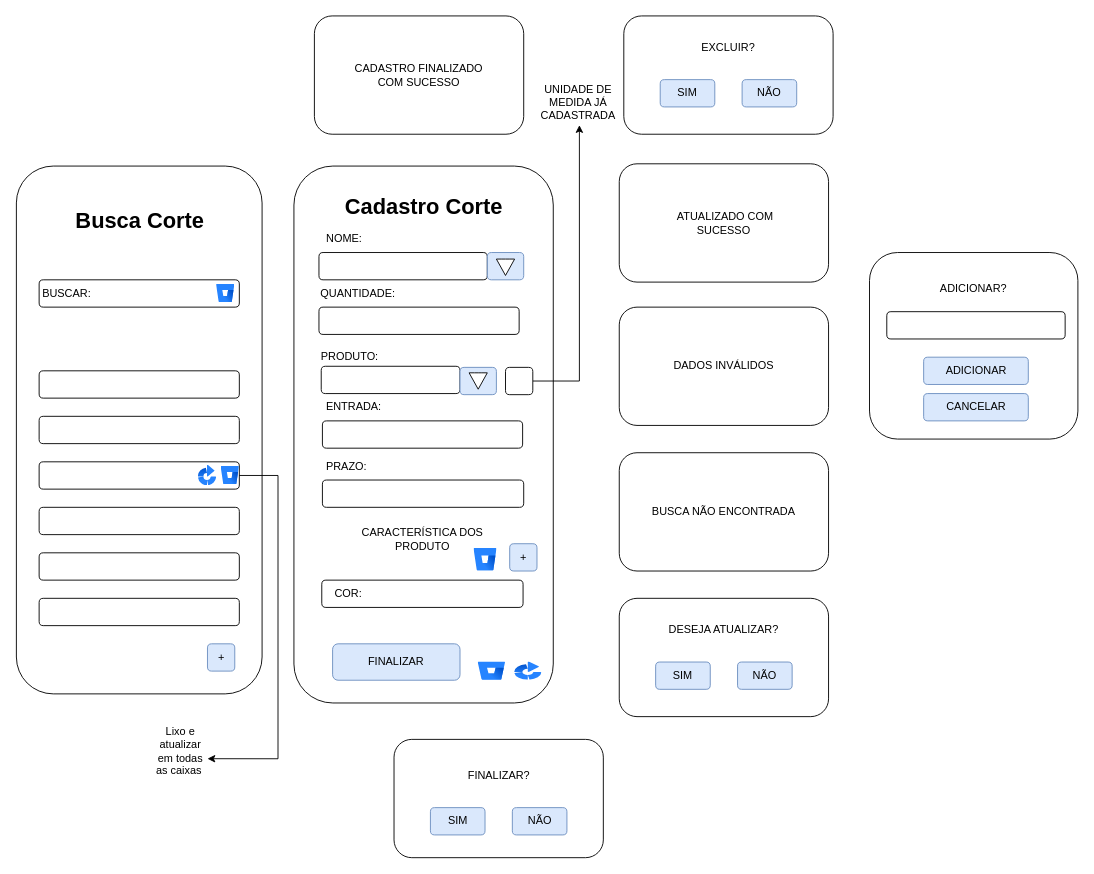
Above: page "Página-8" (8 of 10) of DOC/tela.drawio in juliareis14/avatar.app (draw.io), before the change. Source tidied: cells renumbered, new cells numbered last; positions are measured from the earlier drawing's top-left corner, leaving out a move shared by most shapes. Both pictures are drawn from the tidied source at 91%, with x=0, y=0 at pixel (15, 15).
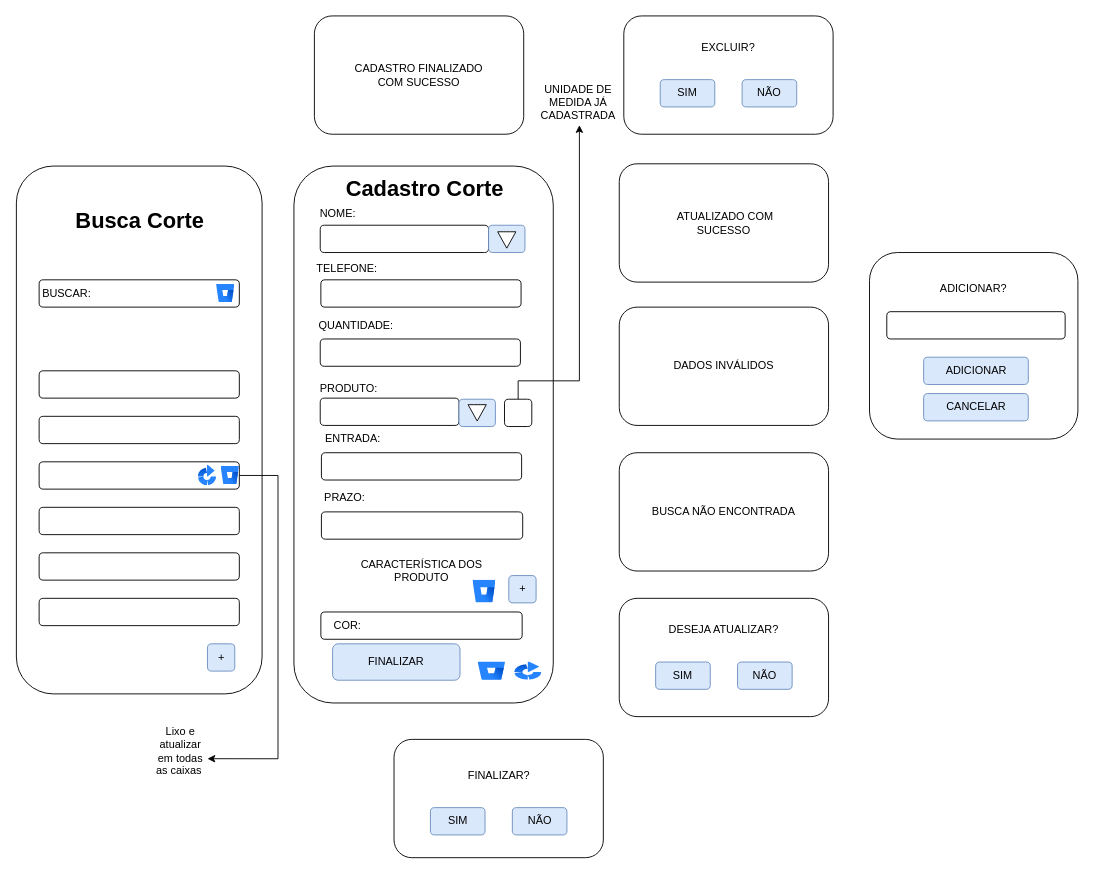
The same diagram, later.

What changed in the source:
```diff
@@
     <mxCell id="3" value="Cadastro Corte" style="text;strokeColor=none;fillColor=none;html=1;fontSize=24;fontStyle=1;verticalAlign=middle;align=center;" parent="1" vertex="1">
-      <mxGeometry x="398" y="190" width="100" height="40" as="geometry" />
+      <mxGeometry x="399.4" y="170" width="100" height="40" as="geometry" />
     </mxCell>
     <mxCell id="4" style="rounded=1;whiteSpace=wrap;html=1;" parent="1" vertex="1">
-      <mxGeometry x="333" y="260" width="185" height="30" as="geometry" />
+      <mxGeometry x="334.4" y="230" width="185" height="30" as="geometry" />
     </mxCell>
     <mxCell id="5" style="rounded=1;whiteSpace=wrap;html=1;" parent="1" vertex="1">
-      <mxGeometry x="333" y="320" width="220" height="30" as="geometry" />
+      <mxGeometry x="334.4" y="355" width="220" height="30" as="geometry" />
     </mxCell>
     <mxCell id="6" style="rounded=1;whiteSpace=wrap;html=1;" parent="1" vertex="1">
-      <mxGeometry x="336.8" y="445" width="220" height="30" as="geometry" />
+      <mxGeometry x="335.7" y="480" width="220" height="30" as="geometry" />
     </mxCell>
     <mxCell id="7" value="NOME:" style="text;html=1;align=center;verticalAlign=middle;whiteSpace=wrap;rounded=0;" parent="1" vertex="1">
-      <mxGeometry x="330.5" y="230" width="60" height="30" as="geometry" />
+      <mxGeometry x="323.7" y="202.5" width="60" height="30" as="geometry" />
     </mxCell>
     <mxCell id="8" value="QUANTIDADE:" style="text;html=1;align=center;verticalAlign=middle;whiteSpace=wrap;rounded=0;" parent="1" vertex="1">
-      <mxGeometry x="335.5" y="290" width="80" height="30" as="geometry" />
+      <mxGeometry x="334.4" y="325" width="80" height="30" as="geometry" />
     </mxCell>
     <mxCell id="9" value="ENTRADA:" style="text;html=1;align=center;verticalAlign=middle;whiteSpace=wrap;rounded=0;" parent="1" vertex="1">
-      <mxGeometry x="334.2" y="415" width="75" height="30" as="geometry" />
+      <mxGeometry x="333.2" y="450" width="75" height="30" as="geometry" />
     </mxCell>
@@
     <mxCell id="13" style="rounded=1;whiteSpace=wrap;html=1;" parent="1" vertex="1">
-      <mxGeometry x="336.8" y="510" width="221.2" height="30" as="geometry" />
+      <mxGeometry x="335.7" y="545" width="221.2" height="30" as="geometry" />
     </mxCell>
     <mxCell id="14" value="PRAZO:" style="text;html=1;align=center;verticalAlign=middle;whiteSpace=wrap;rounded=0;" parent="1" vertex="1">
-      <mxGeometry x="325.5" y="480" width="75" height="30" as="geometry" />
+      <mxGeometry x="324.4" y="515" width="75" height="30" as="geometry" />
     </mxCell>
@@
     <mxCell id="39" style="rounded=1;whiteSpace=wrap;html=1;" parent="1" vertex="1">
-      <mxGeometry x="335.5" y="385" width="152.5" height="30" as="geometry" />
+      <mxGeometry x="334.4" y="420" width="152.5" height="30" as="geometry" />
     </mxCell>
     <mxCell id="40" value="PRODUTO:" style="text;html=1;align=center;verticalAlign=middle;whiteSpace=wrap;rounded=0;" parent="1" vertex="1">
-      <mxGeometry x="336.8" y="360" width="60" height="30" as="geometry" />
+      <mxGeometry x="335.7" y="395" width="60" height="30" as="geometry" />
     </mxCell>
@@
     <mxCell id="50" style="rounded=1;whiteSpace=wrap;html=1;fillColor=#dae8fc;strokeColor=#6c8ebf;" parent="1" vertex="1">
-      <mxGeometry x="518" y="260" width="40" height="30" as="geometry" />
+      <mxGeometry x="519.4" y="230" width="40" height="30" as="geometry" />
     </mxCell>
     <mxCell id="51" style="html=1;shadow=0;dashed=0;align=center;verticalAlign=middle;shape=mxgraph.arrows2.arrow;dy=0.6;dx=40;direction=south;notch=0;" parent="1" vertex="1">
-      <mxGeometry x="528" y="267.2" width="20" height="18" as="geometry" />
+      <mxGeometry x="529.4" y="237.2" width="20" height="18" as="geometry" />
     </mxCell>
     <mxCell id="52" style="rounded=1;whiteSpace=wrap;html=1;fillColor=#dae8fc;strokeColor=#6c8ebf;" parent="1" vertex="1">
-      <mxGeometry x="488" y="386.2" width="40" height="30" as="geometry" />
+      <mxGeometry x="486.9" y="421.2" width="40" height="30" as="geometry" />
     </mxCell>
     <mxCell id="53" style="html=1;shadow=0;dashed=0;align=center;verticalAlign=middle;shape=mxgraph.arrows2.arrow;dy=0.6;dx=40;direction=south;notch=0;" parent="1" vertex="1">
-      <mxGeometry x="498" y="392.2" width="20" height="18" as="geometry" />
+      <mxGeometry x="496.9" y="427.2" width="20" height="18" as="geometry" />
     </mxCell>
@@
     <mxCell id="55" style="rounded=1;whiteSpace=wrap;html=1;" parent="1" vertex="1">
-      <mxGeometry x="538" y="386.2" width="30" height="30" as="geometry" />
+      <mxGeometry x="536.9" y="421.2" width="30" height="30" as="geometry" />
     </mxCell>
@@
     <mxCell id="57" value="CARACTERÍSTICA DOS PRODUTO" style="text;html=1;align=center;verticalAlign=middle;whiteSpace=wrap;rounded=0;" parent="1" vertex="1">
-      <mxGeometry x="361.8" y="560" width="170" height="30" as="geometry" />
+      <mxGeometry x="360.7" y="595" width="170" height="30" as="geometry" />
     </mxCell>
     <mxCell id="58" style="rounded=1;whiteSpace=wrap;html=1;" parent="1" vertex="1">
-      <mxGeometry x="336.1" y="620" width="221.2" height="30" as="geometry" />
+      <mxGeometry x="335.1" y="655" width="221.2" height="30" as="geometry" />
     </mxCell>
     <mxCell id="59" value="+" style="rounded=1;whiteSpace=wrap;html=1;direction=south;fillColor=#dae8fc;strokeColor=#6c8ebf;" parent="1" vertex="1">
-      <mxGeometry x="542.6" y="580" width="30" height="30" as="geometry" />
+      <mxGeometry x="541.6" y="615" width="30" height="30" as="geometry" />
     </mxCell>
     <mxCell id="60" style="image;html=1;image=img/lib/atlassian/Bitbucket_Logo.svg;" parent="1" vertex="1">
-      <mxGeometry x="503.4" y="585" width="25.2" height="25" as="geometry" />
+      <mxGeometry x="502.3" y="620" width="25.2" height="25" as="geometry" />
     </mxCell>
     <mxCell id="61" value="COR:" style="text;html=1;align=center;verticalAlign=middle;whiteSpace=wrap;rounded=0;" parent="1" vertex="1">
-      <mxGeometry x="328" y="620" width="75" height="30" as="geometry" />
+      <mxGeometry x="326.9" y="655" width="75" height="30" as="geometry" />
     </mxCell>
@@
+    <mxCell id="68" value="TELEFONE:" style="text;html=1;align=center;verticalAlign=middle;whiteSpace=wrap;rounded=0;" parent="1" vertex="1">
+      <mxGeometry x="323.9" y="262.5" width="80" height="30" as="geometry" />
+    </mxCell>
+    <mxCell id="69" style="rounded=1;whiteSpace=wrap;html=1;" parent="1" vertex="1">
+      <mxGeometry x="335.1" y="290" width="220" height="30" as="geometry" />
+    </mxCell>
```
